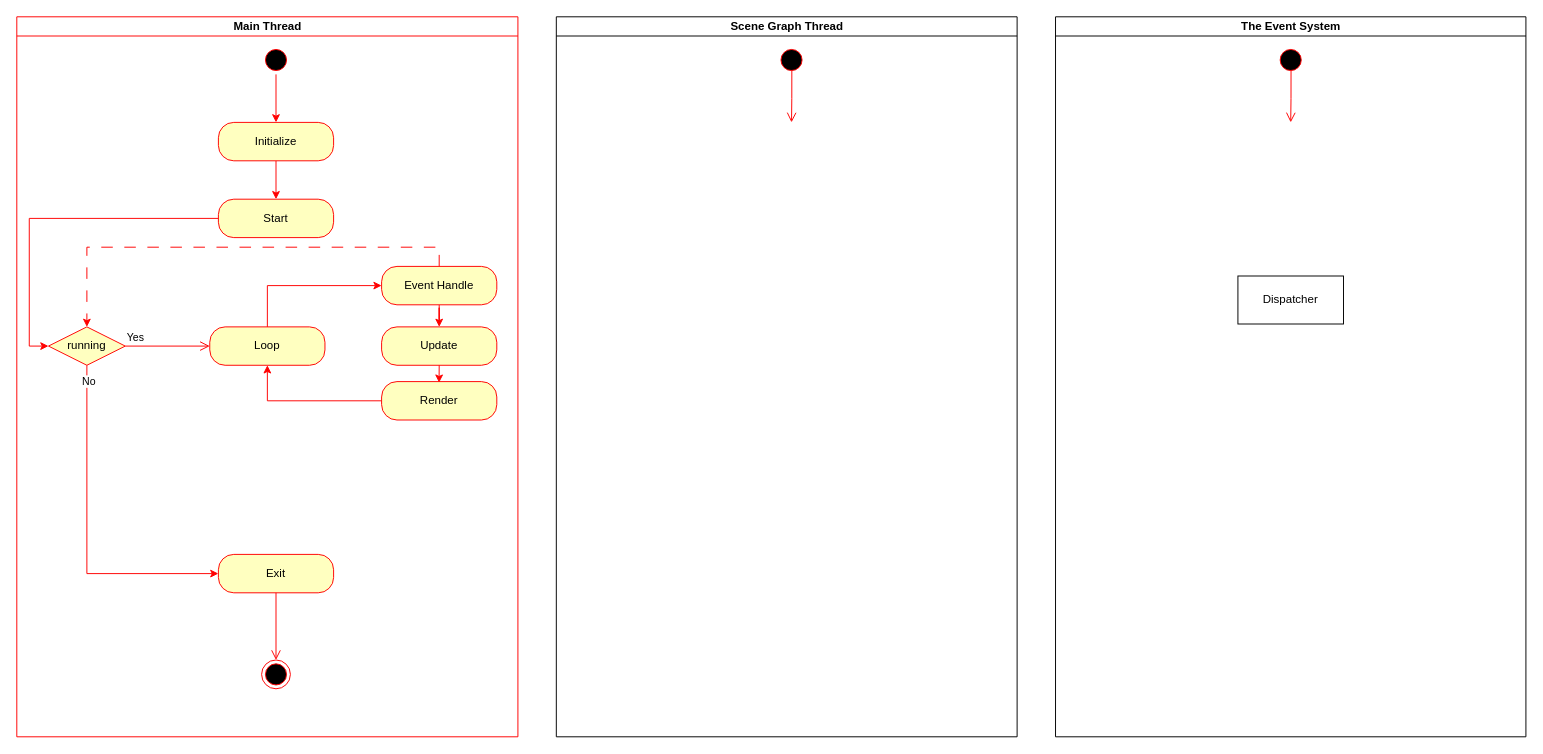
tptindev/BeEngine keeps this draw.io diagram as Doc/Diagrams/ActivityDiagram.drawio. Above is the earlier version. Source tidied: cells renumbered, new cells numbered last; positions are measured from the earlier drawing's top-left corner, leaving out a move shared by most shapes. Both pictures are drawn from the tidied source at 96%, with x=0, y=0 at pixel (16, 16).
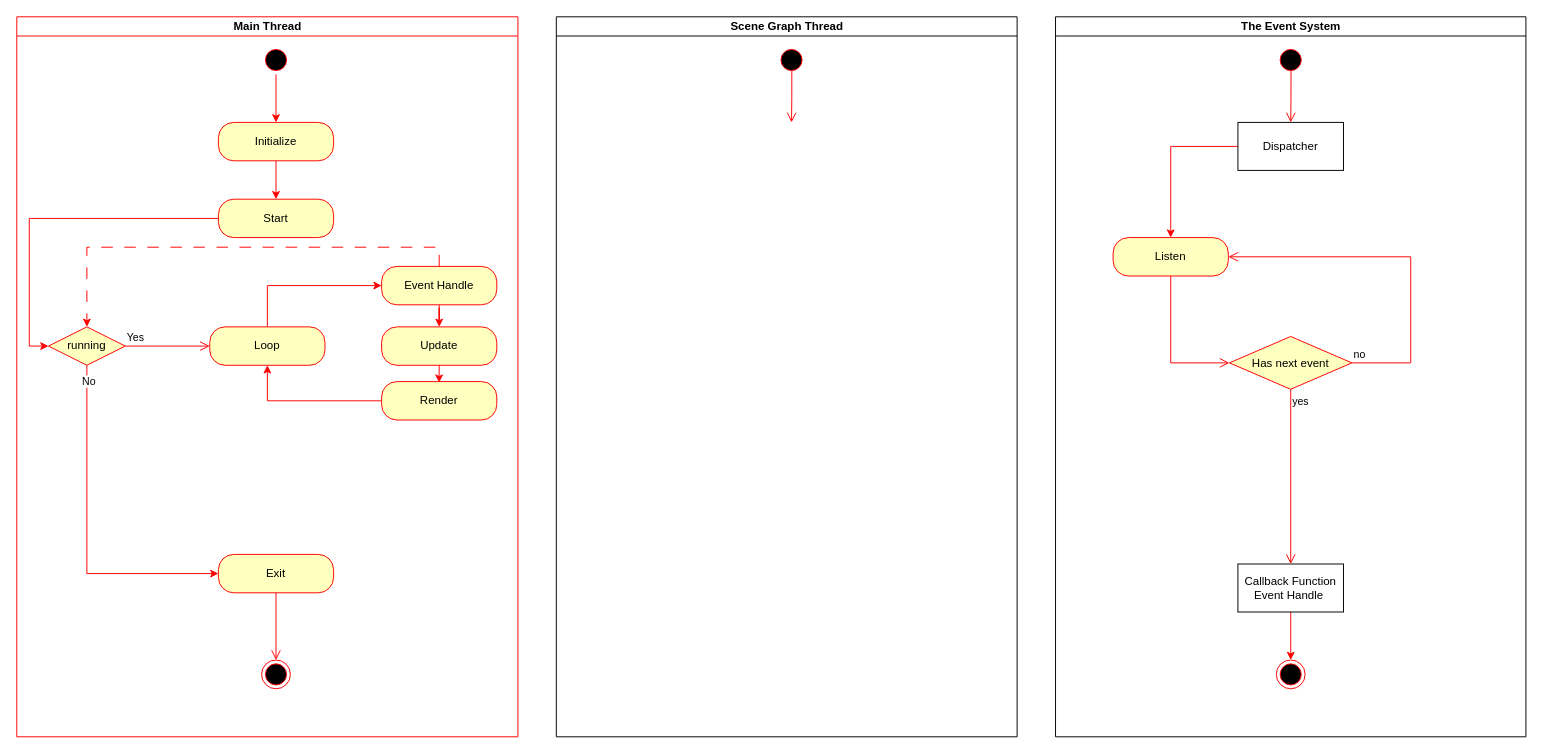
The same diagram, later.

The change refers to these unchanged cells:
```xml
<mxCell id="29" value="The Event System" style="swimlane;startSize=20;html=1;" parent="1" vertex="1">
  <mxGeometry x="1082" width="490" height="750" as="geometry" />
</mxCell>
<mxCell id="30" style="ellipse;html=1;shape=startState;fillColor=#000000;strokeColor=#ff0000;" parent="29" vertex="1">
  <mxGeometry x="230" y="30" width="30" height="30" as="geometry" />
</mxCell>
```

Diff of the diagram source:
```diff
@@
-    <mxCell id="31" style="edgeStyle=orthogonalEdgeStyle;html=1;verticalAlign=bottom;endArrow=open;endSize=8;strokeColor=#ff0000;rounded=0;exitX=0.511;exitY=0.844;exitDx=0;exitDy=0;exitPerimeter=0;" parent="29" edge="1" source="30">
-      <mxGeometry relative="1" as="geometry">
-        <mxPoint x="245" y="110" as="targetPoint" />
-      </mxGeometry>
+    <mxCell id="31" style="edgeStyle=orthogonalEdgeStyle;html=1;verticalAlign=bottom;endArrow=open;endSize=8;strokeColor=#ff0000;rounded=0;exitX=0.511;exitY=0.844;exitDx=0;exitDy=0;exitPerimeter=0;entryX=0.5;entryY=0;entryDx=0;entryDy=0;" parent="29" edge="1" source="30" target="32">
+      <mxGeometry relative="1" as="geometry" />
     </mxCell>
+    <mxCell id="33" style="edgeStyle=orthogonalEdgeStyle;rounded=0;jettySize=auto;html=1;exitX=0;exitY=0.5;exitDx=0;exitDy=0;entryX=0.5;entryY=0;entryDx=0;entryDy=0;strokeColor=#ff0000;" parent="29" edge="1" source="32" target="34">
+      <mxGeometry relative="1" as="geometry" />
+    </mxCell>
     <mxCell id="32" value="Dispatcher" style="html=1;whiteSpace=wrap;" parent="29" vertex="1">
-      <mxGeometry x="190" y="270" width="110" height="50" as="geometry" />
+      <mxGeometry x="190" y="110" width="110" height="50" as="geometry" />
     </mxCell>
+    <mxCell id="34" value="Listen" style="rounded=1;whiteSpace=wrap;html=1;arcSize=40;fontColor=#000000;fillColor=#ffffc0;strokeColor=#ff0000;" parent="29" vertex="1">
+      <mxGeometry x="60" y="230" width="120" height="40" as="geometry" />
+    </mxCell>
+    <mxCell id="35" style="edgeStyle=orthogonalEdgeStyle;html=1;verticalAlign=bottom;endArrow=open;endSize=8;strokeColor=#ff0000;rounded=0;entryX=0;entryY=0.5;entryDx=0;entryDy=0;exitX=0.5;exitY=1;exitDx=0;exitDy=0;" parent="29" edge="1" source="34" target="36">
+      <mxGeometry relative="1" as="geometry" />
+    </mxCell>
+    <mxCell id="36" value="Has next event" style="rhombus;whiteSpace=wrap;html=1;fontColor=#000000;fillColor=#ffffc0;strokeColor=#ff0000;" parent="29" vertex="1">
+      <mxGeometry x="181.2" y="333" width="127.5" height="55" as="geometry" />
+    </mxCell>
+    <mxCell id="37" value="no" style="edgeStyle=orthogonalEdgeStyle;html=1;align=left;verticalAlign=bottom;endArrow=open;endSize=8;strokeColor=#ff0000;rounded=0;entryX=1;entryY=0.5;entryDx=0;entryDy=0;" parent="29" edge="1" source="36" target="34">
+      <mxGeometry x="-1" relative="1" as="geometry">
+        <Array as="points">
+          <mxPoint x="370" y="360" />
+          <mxPoint x="370" y="250" />
+        </Array>
+      </mxGeometry>
+    </mxCell>
+    <mxCell id="38" value="yes" style="edgeStyle=orthogonalEdgeStyle;html=1;align=left;verticalAlign=top;endArrow=open;endSize=8;strokeColor=#ff0000;rounded=0;entryX=0.5;entryY=0;entryDx=0;entryDy=0;" parent="29" edge="1" source="36" target="40">
+      <mxGeometry x="-1" relative="1" as="geometry" />
+    </mxCell>
+    <mxCell id="39" style="edgeStyle=orthogonalEdgeStyle;rounded=0;jettySize=auto;html=1;exitX=0.5;exitY=1;exitDx=0;exitDy=0;entryX=0.5;entryY=0;entryDx=0;entryDy=0;strokeColor=#ff0000;" parent="29" edge="1" source="40" target="41">
+      <mxGeometry relative="1" as="geometry" />
+    </mxCell>
+    <mxCell id="40" value="Callback Function&lt;br&gt;Event Handle&amp;nbsp;" style="html=1;whiteSpace=wrap;" parent="29" vertex="1">
+      <mxGeometry x="190" y="570" width="110" height="50" as="geometry" />
+    </mxCell>
+    <mxCell id="41" style="ellipse;html=1;shape=endState;fillColor=#000000;strokeColor=#ff0000;" parent="29" vertex="1">
+      <mxGeometry x="230" y="670" width="30" height="30" as="geometry" />
+    </mxCell>
```
